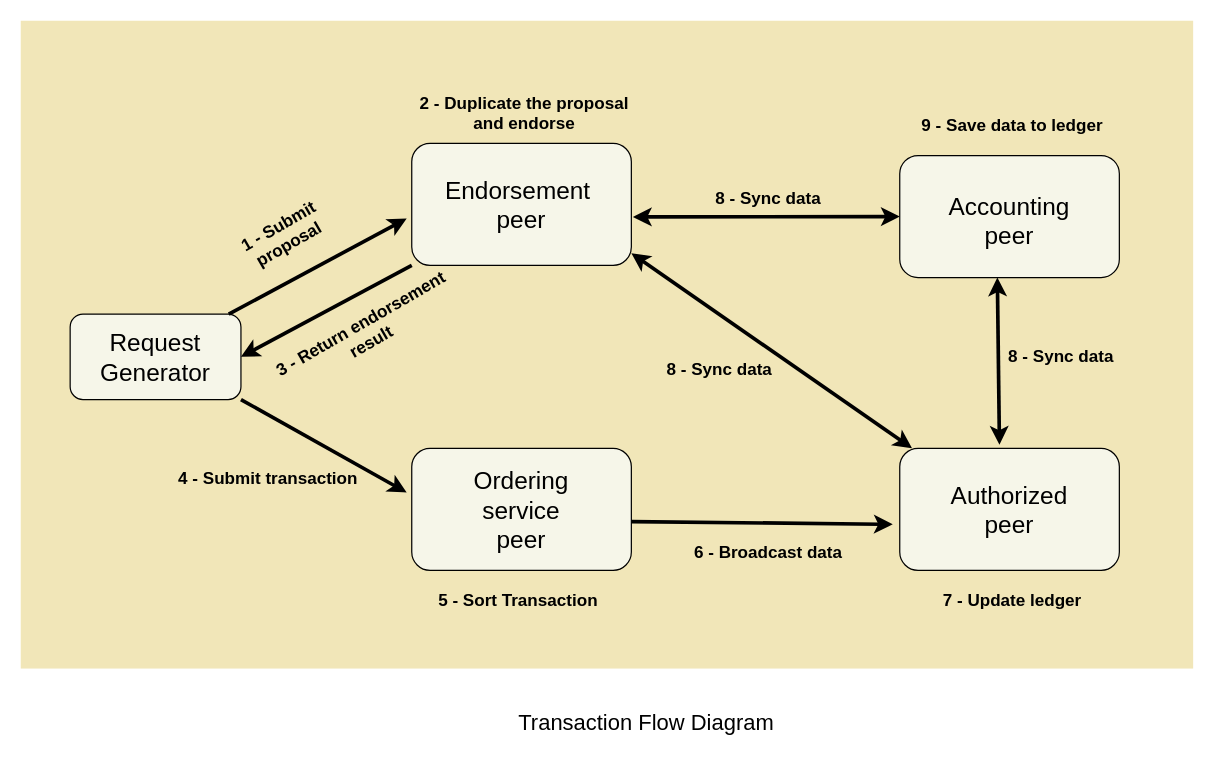
Before: page "Page-3" (3 of 4) of files/Fabric-Diagrams.drawio in Arif-Shahriar028/draw.io, a draw.io diagram. Source tidied: cells renumbered, new cells numbered last; positions are measured from the earlier drawing's top-left corner, leaving out a move shared by most shapes. Both pictures are drawn from the tidied source at 122%, with x=0, y=0 at pixel (21, 21).
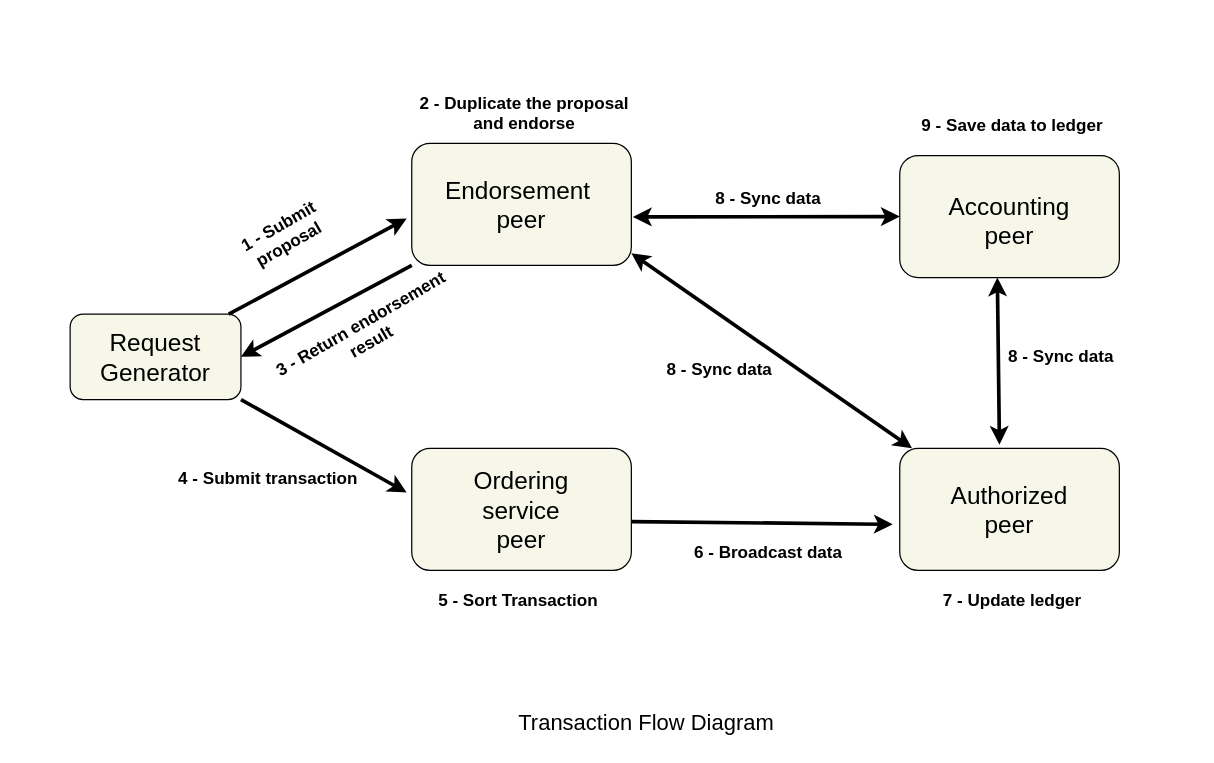
Above is the later version.

The edit, as a diff of the source:
```diff
@@
-    <mxCell id="2" style="rounded=0;whiteSpace=wrap;html=1;fillColor=#F1E6B8;strokeColor=#F1E6B8;" parent="1" vertex="1">
+    <mxCell id="2" style="rounded=0;whiteSpace=wrap;html=1;fillColor=#FFFFFF;strokeColor=#FFFFFF;" parent="1" vertex="1">
       <mxGeometry width="960" height="530" as="geometry" />
     </mxCell>
```
